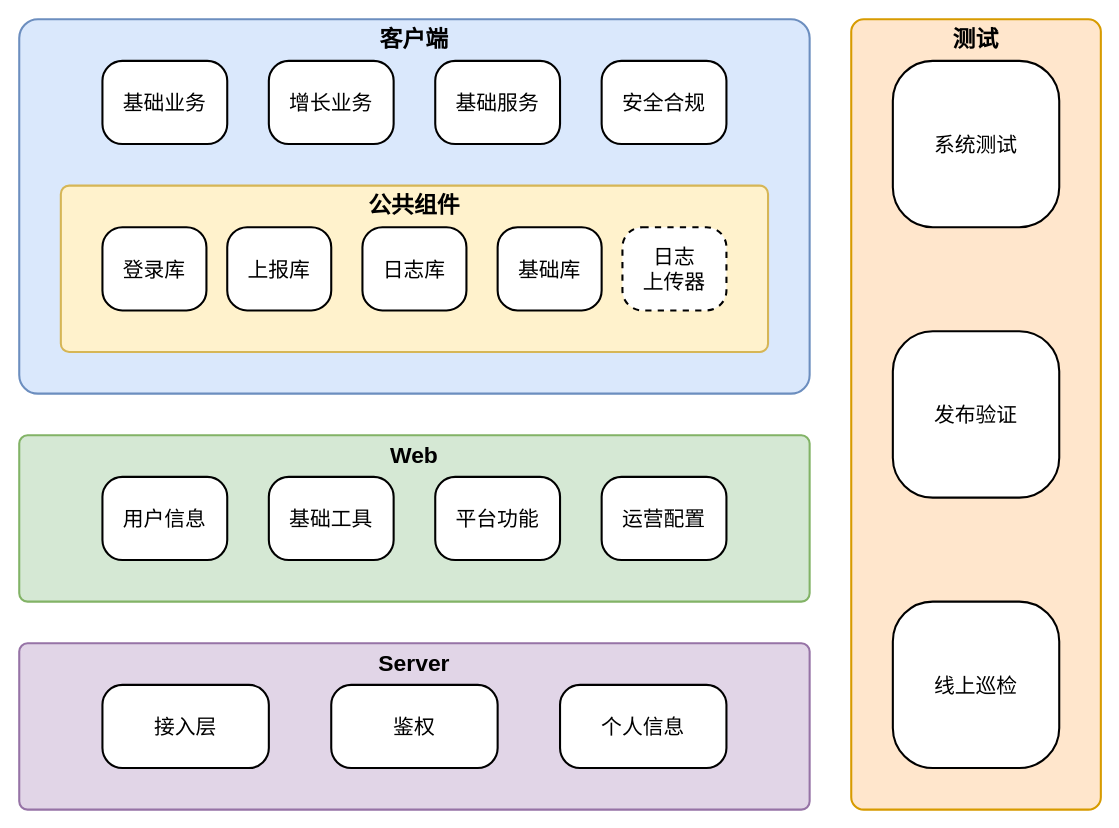
This is 23H2架构.drawio from Cmdone/Draw.io, a draw.io file, before an edit. Source tidied: cells renumbered, new cells numbered last; positions are measured from the earlier drawing's top-left corner, leaving out a move shared by most shapes. Both pictures are drawn from the tidied source at 104%, with x=0, y=0 at pixel (19, 19).
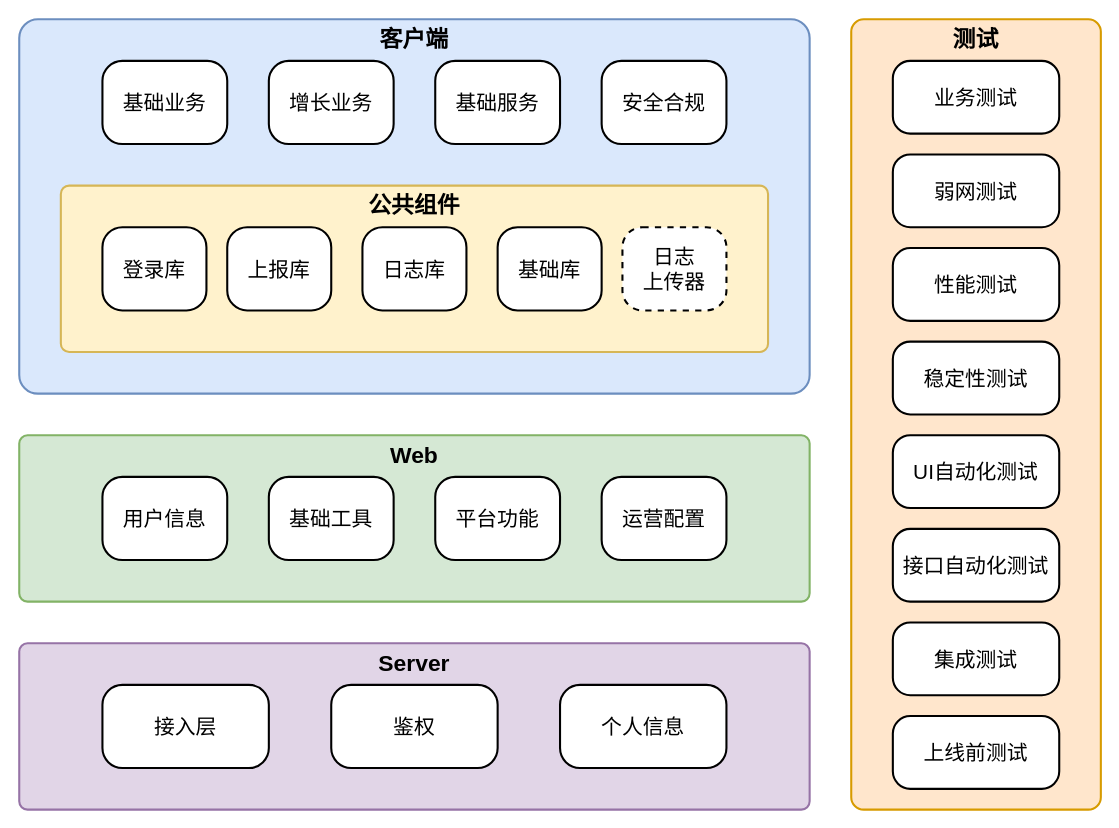
After the change.

Change to the diagram source:
```diff
@@
-    <mxCell id="26" value="系统测试" style="rounded=1;whiteSpace=wrap;html=1;strokeWidth=2;fontSize=20;arcSize=24;" parent="1" vertex="1">
-      <mxGeometry x="840" y="40" width="160" height="160" as="geometry" />
+    <mxCell id="26" value="业务测试" style="rounded=1;whiteSpace=wrap;html=1;strokeWidth=2;fontSize=20;arcSize=24;" parent="1" vertex="1">
+      <mxGeometry x="840" y="40" width="160" height="70" as="geometry" />
     </mxCell>
-    <mxCell id="27" value="发布验证" style="rounded=1;whiteSpace=wrap;html=1;strokeWidth=2;fontSize=20;arcSize=24;" parent="1" vertex="1">
-      <mxGeometry x="840" y="300" width="160" height="160" as="geometry" />
-    </mxCell>
-    <mxCell id="28" value="线上巡检" style="rounded=1;whiteSpace=wrap;html=1;strokeWidth=2;fontSize=20;arcSize=24;" parent="1" vertex="1">
-      <mxGeometry x="840" y="560" width="160" height="160" as="geometry" />
-    </mxCell>
@@
+    <mxCell id="31" value="弱网测试" style="rounded=1;whiteSpace=wrap;html=1;strokeWidth=2;fontSize=20;arcSize=24;" parent="1" vertex="1">
+      <mxGeometry x="840" y="130" width="160" height="70" as="geometry" />
+    </mxCell>
+    <mxCell id="32" value="稳定性测试" style="rounded=1;whiteSpace=wrap;html=1;strokeWidth=2;fontSize=20;arcSize=24;" parent="1" vertex="1">
+      <mxGeometry x="840" y="310" width="160" height="70" as="geometry" />
+    </mxCell>
+    <mxCell id="33" value="性能测试" style="rounded=1;whiteSpace=wrap;html=1;strokeWidth=2;fontSize=20;arcSize=24;" parent="1" vertex="1">
+      <mxGeometry x="840" y="220" width="160" height="70" as="geometry" />
+    </mxCell>
+    <mxCell id="34" value="上线前测试" style="rounded=1;whiteSpace=wrap;html=1;strokeWidth=2;fontSize=20;arcSize=24;" parent="1" vertex="1">
+      <mxGeometry x="840" y="670" width="160" height="70" as="geometry" />
+    </mxCell>
+    <mxCell id="35" value="集成测试" style="rounded=1;whiteSpace=wrap;html=1;strokeWidth=2;fontSize=20;arcSize=24;" parent="1" vertex="1">
+      <mxGeometry x="840" y="580" width="160" height="70" as="geometry" />
+    </mxCell>
+    <mxCell id="36" value="接口自动化测试" style="rounded=1;whiteSpace=wrap;html=1;strokeWidth=2;fontSize=20;arcSize=24;" parent="1" vertex="1">
+      <mxGeometry x="840" y="490" width="160" height="70" as="geometry" />
+    </mxCell>
+    <mxCell id="37" value="UI自动化测试" style="rounded=1;whiteSpace=wrap;html=1;strokeWidth=2;fontSize=20;arcSize=24;" parent="1" vertex="1">
+      <mxGeometry x="840" y="400" width="160" height="70" as="geometry" />
+    </mxCell>
```
